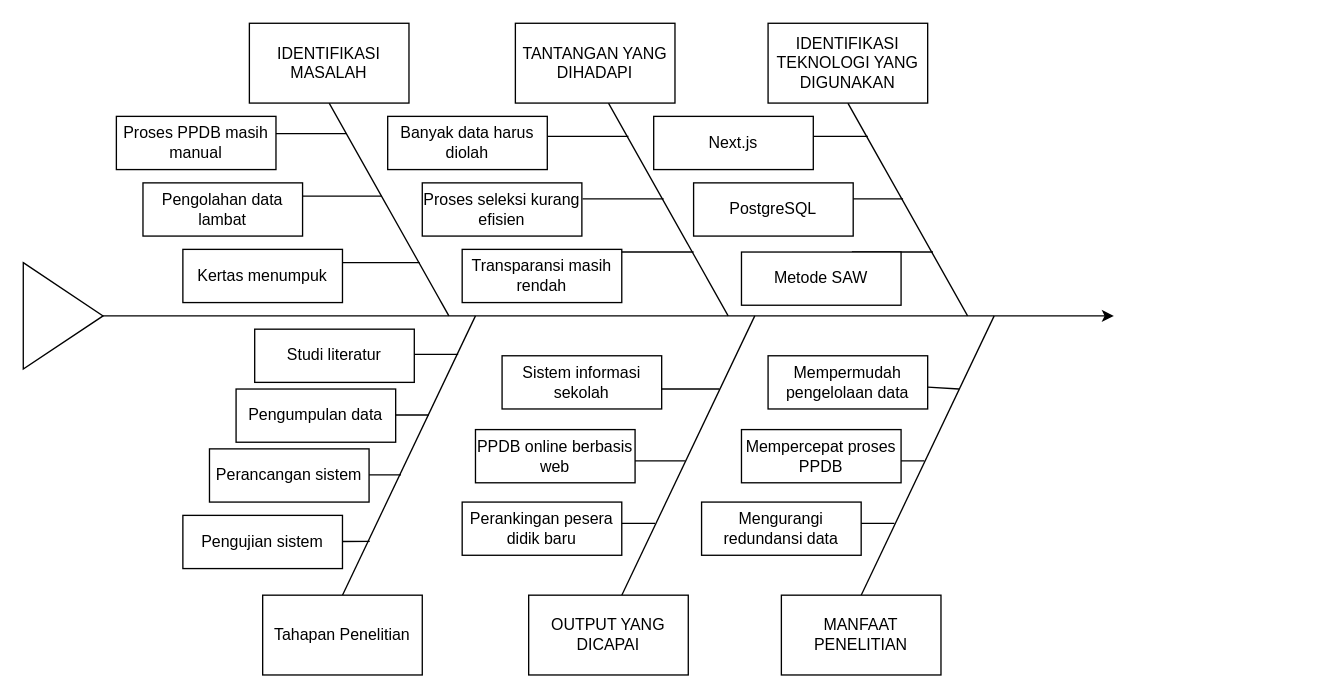
Earlier version of the draw.io diagram design/Diagram Tanpa Judul.drawio (ryotwell/draw.io). Source tidied: cells renumbered, new cells numbered last; positions are measured from the earlier drawing's top-left corner, leaving out a move shared by most shapes. Both pictures are drawn from the tidied source at 133%, with x=0, y=0 at pixel (23, 23).
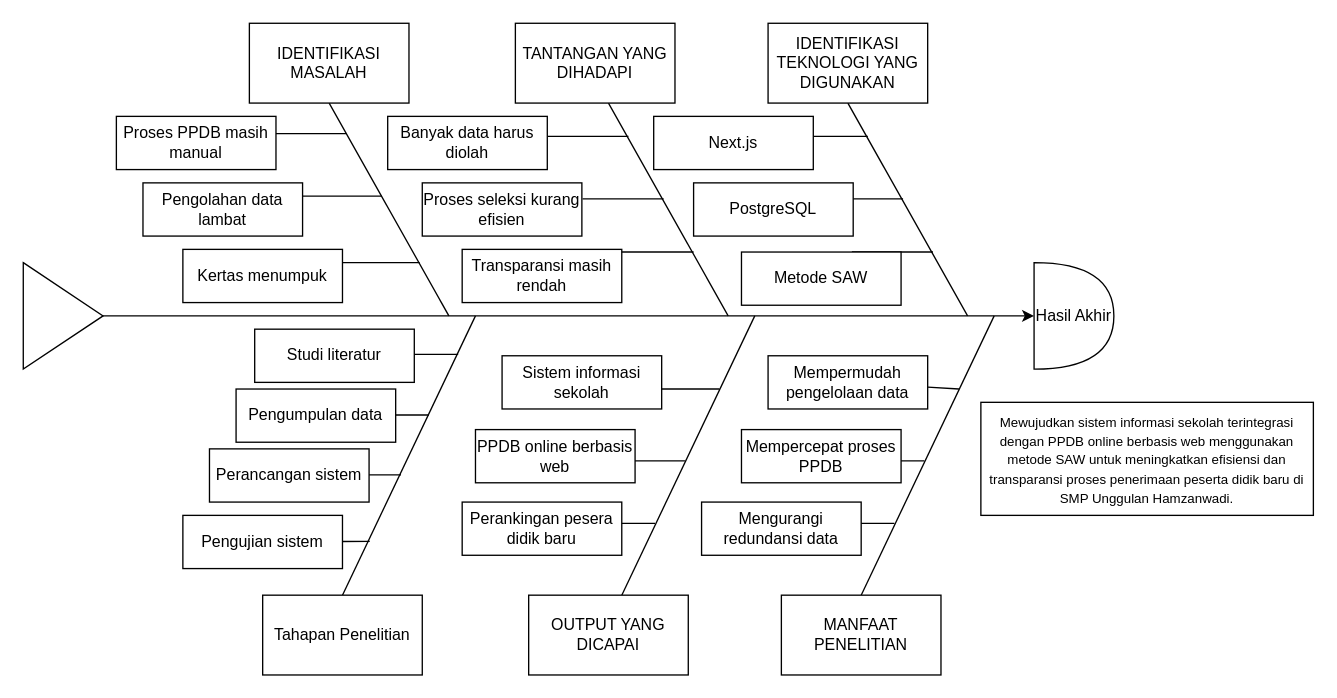
The same diagram, later.

Unchanged cells that the change refers to:
```xml
<mxCell id="9" style="triangle;whiteSpace=wrap;html=1;strokeColor=light-dark(#000000,#000000);imageBackground=light-dark(#FFFFFF,#FFFFFF);" parent="1" vertex="1">
  <mxGeometry y="180" width="60" height="80" as="geometry" />
</mxCell>
```

Change to the diagram source:
```diff
@@
     <mxCell id="8" style="edgeStyle=orthogonalEdgeStyle;rounded=0;jettySize=auto;html=1;strokeColor=light-dark(#000000,#000000);imageBackground=light-dark(#FFFFFF,#FFFFFF);" parent="1" edge="1" source="9">
       <mxGeometry relative="1" as="geometry">
-        <mxPoint x="820" y="220" as="targetPoint" />
+        <mxPoint x="760" y="220" as="targetPoint" />
       </mxGeometry>
     </mxCell>
@@
+    <mxCell id="56" value="Hasil Akhir" style="shape=or;whiteSpace=wrap;html=1;" parent="1" vertex="1">
+      <mxGeometry x="760" y="180" width="60" height="80" as="geometry" />
+    </mxCell>
+    <mxCell id="57" value="&lt;font style=&quot;font-size: 10px;&quot;&gt;Mewujudkan sistem informasi sekolah terintegrasi dengan PPDB online berbasis web menggunakan metode SAW untuk meningkatkan efisiensi dan transparansi proses penerimaan peserta didik baru di SMP Unggulan Hamzanwadi.&lt;/font&gt;" style="rounded=0;whiteSpace=wrap;html=1;" parent="1" vertex="1">
+      <mxGeometry x="720" y="285" width="250" height="85" as="geometry" />
+    </mxCell>
```
